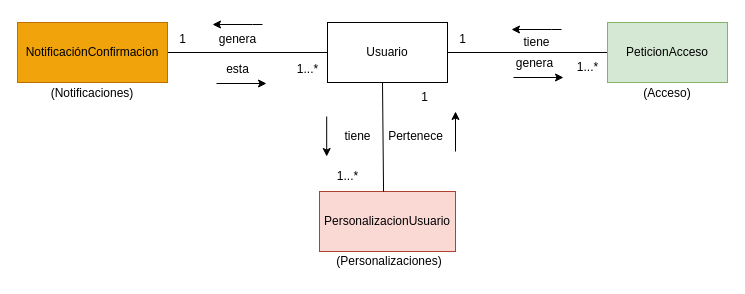
Earlier version of the draw.io diagram page "AnemicModelUsers" (10 of 13) of CoTasker_BoundedContext.drawio (Migue1409-KP/DOO-working-group). Source tidied: cells renumbered, new cells numbered last; positions are measured from the earlier drawing's top-left corner, leaving out a move shared by most shapes. Both pictures are drawn from the tidied source at 100%, with x=0, y=0 at pixel (17, 22).
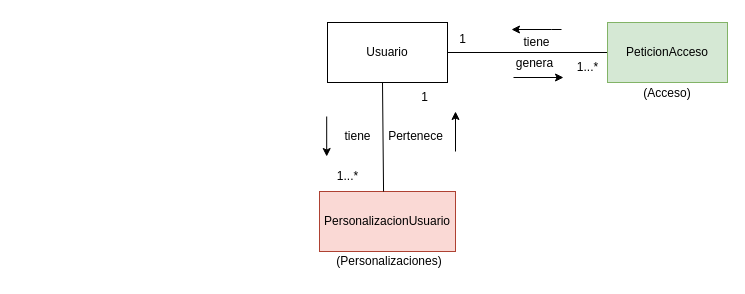
The same diagram, later.

The change refers to these unchanged cells:
```xml
<mxCell id="4" value="Usuario" style="rounded=0;whiteSpace=wrap;html=1;" parent="1" vertex="1">
  <mxGeometry x="310" width="120" height="60" as="geometry" />
</mxCell>
```

Change to the diagram source:
```diff
@@
-    <mxCell id="3" style="edgeStyle=orthogonalEdgeStyle;rounded=0;jettySize=auto;html=1;strokeWidth=1;endArrow=none;endFill=0;" parent="1" edge="1" source="4" target="20">
-      <mxGeometry relative="1" as="geometry" />
-    </mxCell>
@@
-    <mxCell id="18" value="1" style="text;html=1;align=center;verticalAlign=middle;strokeColor=none;fillColor=none;" parent="1" vertex="1">
-      <mxGeometry x="150" y="2" width="30" height="30" as="geometry" />
-    </mxCell>
@@
-    <mxCell id="20" value="NotificaciónConfirmacion" style="whiteSpace=wrap;html=1;fillColor=#f0a30a;strokeColor=#BD7000;rounded=0;fontColor=#000000;" parent="1" vertex="1">
-      <mxGeometry width="150" height="60" as="geometry" />
-    </mxCell>
-    <mxCell id="21" value="genera" style="text;html=1;align=center;verticalAlign=middle;strokeColor=none;fillColor=none;" parent="1" vertex="1">
-      <mxGeometry x="190" y="2" width="60" height="30" as="geometry" />
-    </mxCell>
@@
-    <mxCell id="23" style="endArrow=classic;html=1;rounded=0;" parent="1" edge="1">
-      <mxGeometry relative="1" as="geometry">
-        <mxPoint x="245" y="2" as="sourcePoint" />
-        <mxPoint x="195" y="2" as="targetPoint" />
-        <Array as="points">
-          <mxPoint x="235" y="2" />
-        </Array>
-      </mxGeometry>
-    </mxCell>
-    <mxCell id="24" value="esta" style="text;html=1;align=center;verticalAlign=middle;strokeColor=none;fillColor=none;" parent="1" vertex="1">
-      <mxGeometry x="195" y="32" width="50" height="30" as="geometry" />
-    </mxCell>
-    <mxCell id="25" style="endArrow=classic;html=1;rounded=0;" parent="1" edge="1">
-      <mxGeometry relative="1" as="geometry">
-        <mxPoint x="199" y="61" as="sourcePoint" />
-        <mxPoint x="249" y="61" as="targetPoint" />
-      </mxGeometry>
-    </mxCell>
-    <mxCell id="26" value="1...*" style="text;html=1;align=center;verticalAlign=middle;strokeColor=none;fillColor=none;" parent="1" vertex="1">
-      <mxGeometry x="270" y="32" width="40" height="30" as="geometry" />
-    </mxCell>
@@
-    <mxCell id="29" value="(Notificaciones)" style="text;html=1;strokeColor=none;fillColor=none;align=center;verticalAlign=middle;whiteSpace=wrap;rounded=0;" parent="1" vertex="1">
-      <mxGeometry x="45" y="56" width="60" height="30" as="geometry" />
-    </mxCell>
```
